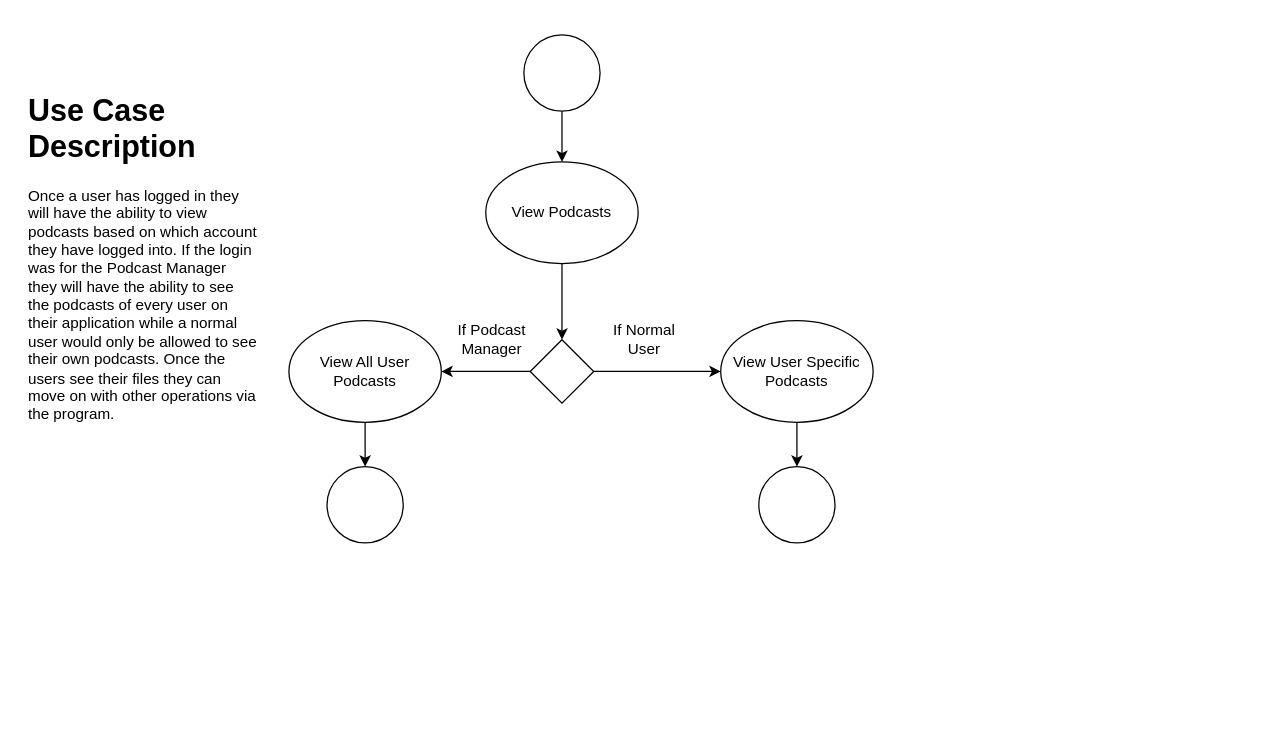
Glizzus/COMP-3700 keeps this draw.io diagram as viewpodcastacitvitydiagram.drawio. Above is the earlier version. Source tidied: cells renumbered, new cells numbered last; positions are measured from the earlier drawing's top-left corner, leaving out a move shared by most shapes. Both pictures are drawn from the tidied source at 127%, with x=0, y=0 at pixel (22, 34).
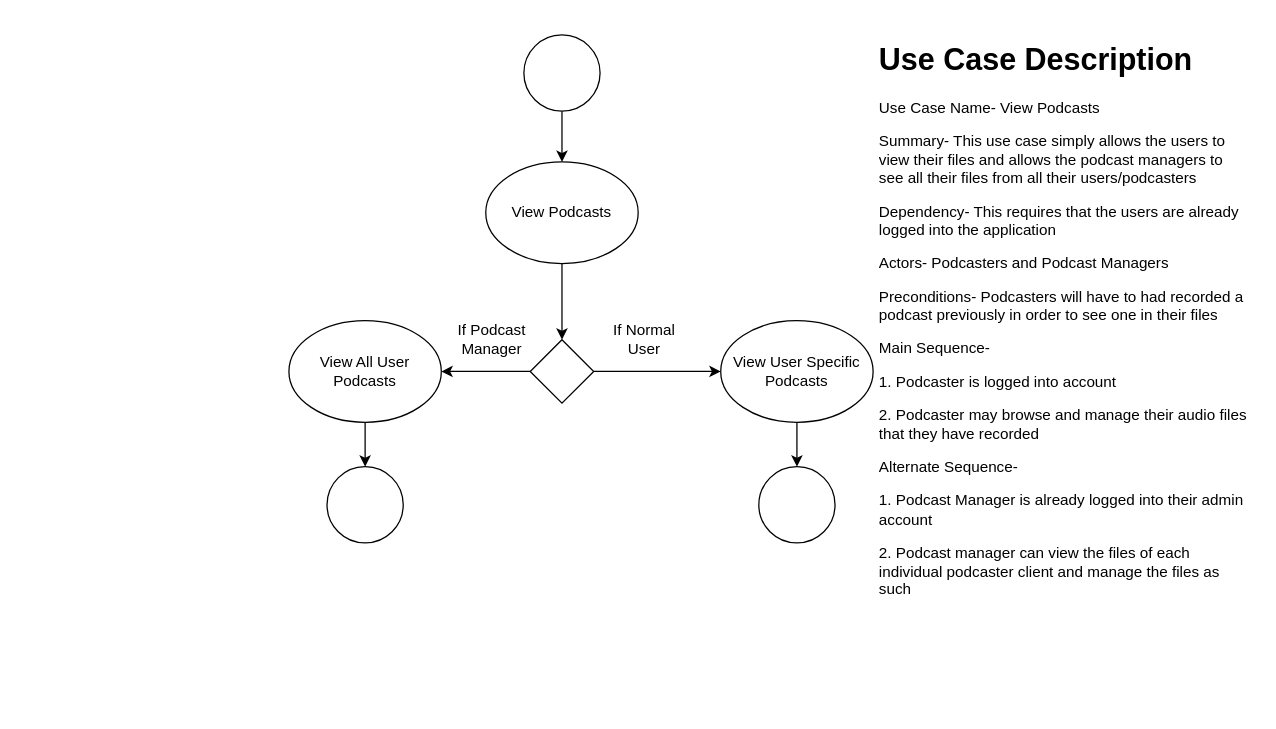
After the change.

Commit message:
View Podcast Activity Diagram with Description

What changed in the source:
```diff
@@
 <mxGraphModel>
   <root>
     <mxCell id="0" />
     <mxCell id="1" parent="0" />
     <mxCell id="2" style="edgeStyle=orthogonalEdgeStyle;rounded=0;jettySize=auto;html=1;entryX=0.5;entryY=0;entryDx=0;entryDy=0;" parent="1" edge="1" source="3" target="5">
       <mxGeometry relative="1" as="geometry" />
     </mxCell>
     <mxCell id="3" style="ellipse;whiteSpace=wrap;html=1;" parent="1" vertex="1">
       <mxGeometry x="395" width="60" height="60" as="geometry" />
     </mxCell>
     <mxCell id="4" style="edgeStyle=orthogonalEdgeStyle;rounded=0;jettySize=auto;html=1;entryX=0.5;entryY=0;entryDx=0;entryDy=0;" parent="1" edge="1" source="5" target="8">
       <mxGeometry relative="1" as="geometry" />
     </mxCell>
     <mxCell id="5" value="View Podcasts" style="ellipse;whiteSpace=wrap;html=1;" parent="1" vertex="1">
       <mxGeometry x="365" y="100" width="120" height="80" as="geometry" />
     </mxCell>
     <mxCell id="6" style="edgeStyle=orthogonalEdgeStyle;rounded=0;jettySize=auto;html=1;" parent="1" edge="1" source="8">
       <mxGeometry relative="1" as="geometry">
         <mxPoint x="550" y="265" as="targetPoint" />
       </mxGeometry>
     </mxCell>
     <mxCell id="7" style="edgeStyle=orthogonalEdgeStyle;rounded=0;jettySize=auto;html=1;entryX=1;entryY=0.5;entryDx=0;entryDy=0;" parent="1" edge="1" source="8" target="10">
       <mxGeometry relative="1" as="geometry" />
     </mxCell>
     <mxCell id="8" style="rhombus;whiteSpace=wrap;html=1;" parent="1" vertex="1">
       <mxGeometry x="400" y="240" width="50" height="50" as="geometry" />
     </mxCell>
     <mxCell id="9" style="edgeStyle=orthogonalEdgeStyle;rounded=0;jettySize=auto;html=1;entryX=0.5;entryY=0;entryDx=0;entryDy=0;" parent="1" edge="1" source="10" target="15">
       <mxGeometry relative="1" as="geometry" />
     </mxCell>
     <mxCell id="10" value="View All User Podcasts" style="ellipse;whiteSpace=wrap;html=1;" parent="1" vertex="1">
       <mxGeometry x="210" y="225" width="120" height="80" as="geometry" />
     </mxCell>
     <mxCell id="11" style="edgeStyle=orthogonalEdgeStyle;rounded=0;jettySize=auto;html=1;entryX=0.5;entryY=0;entryDx=0;entryDy=0;" parent="1" edge="1" source="12" target="16">
       <mxGeometry relative="1" as="geometry" />
     </mxCell>
     <mxCell id="12" value="View User Specific Podcasts" style="ellipse;whiteSpace=wrap;html=1;" parent="1" vertex="1">
       <mxGeometry x="550" y="225" width="120" height="80" as="geometry" />
     </mxCell>
     <mxCell id="13" value="If Podcast Manager" style="text;html=1;strokeColor=none;fillColor=none;align=center;verticalAlign=middle;whiteSpace=wrap;rounded=0;" parent="1" vertex="1">
       <mxGeometry x="340" y="225" width="60" height="30" as="geometry" />
     </mxCell>
     <mxCell id="14" value="If Normal User" style="text;html=1;strokeColor=none;fillColor=none;align=center;verticalAlign=middle;whiteSpace=wrap;rounded=0;" parent="1" vertex="1">
       <mxGeometry x="460" y="225" width="60" height="30" as="geometry" />
     </mxCell>
     <mxCell id="15" style="ellipse;whiteSpace=wrap;html=1;" parent="1" vertex="1">
       <mxGeometry x="240" y="340" width="60" height="60" as="geometry" />
     </mxCell>
     <mxCell id="16" style="ellipse;whiteSpace=wrap;html=1;" parent="1" vertex="1">
       <mxGeometry x="580" y="340" width="60" height="60" as="geometry" />
     </mxCell>
-    <mxCell id="17" value="&lt;h1&gt;Use Case Description&lt;/h1&gt;&lt;p&gt;Once a user has logged in they will have the ability to view podcasts based on which account they have logged into. If the login was for the Podcast Manager they will have the ability to see the podcasts of every user on their application while a normal user would only be allowed to see their own podcasts. Once the users see their files they can move on with other operations via the program.&lt;/p&gt;" style="text;html=1;strokeColor=none;fillColor=none;spacing=5;spacingTop=-20;whiteSpace=wrap;overflow=hidden;rounded=0;" parent="1" vertex="1">
-      <mxGeometry y="40" width="190" height="380" as="geometry" />
+    <mxCell id="17" value="&lt;h1&gt;Use Case Description&lt;/h1&gt;&lt;p&gt;Use Case Name- View Podcasts&lt;/p&gt;&lt;p&gt;Summary- This use case simply allows the users to view their files and allows the podcast managers to see all their files from all their users/podcasters&lt;/p&gt;&lt;p&gt;Dependency- This requires that the users are already logged into the application&lt;/p&gt;&lt;p&gt;Actors- Podcasters and Podcast Managers&lt;/p&gt;&lt;p&gt;Preconditions- Podcasters will have to had recorded a podcast previously in order to see one in their files&lt;/p&gt;&lt;p&gt;Main Sequence-&amp;nbsp;&lt;/p&gt;&lt;p&gt;1. Podcaster is logged into account&lt;/p&gt;&lt;p&gt;2. Podcaster may browse and manage their audio files that they have recorded&lt;/p&gt;&lt;p&gt;Alternate Sequence-&amp;nbsp;&lt;/p&gt;&lt;p&gt;1. Podcast Manager is already logged into their admin account&lt;/p&gt;&lt;p&gt;2. Podcast manager can view the files of each individual podcaster client and manage the files as such&lt;/p&gt;&lt;p&gt;&lt;br&gt;&lt;/p&gt;" style="text;html=1;strokeColor=none;fillColor=none;spacing=5;spacingTop=-20;whiteSpace=wrap;overflow=hidden;rounded=0;" parent="1" vertex="1">
+      <mxGeometry x="670" width="300" height="530" as="geometry" />
     </mxCell>
   </root>
 </mxGraphModel>
```
